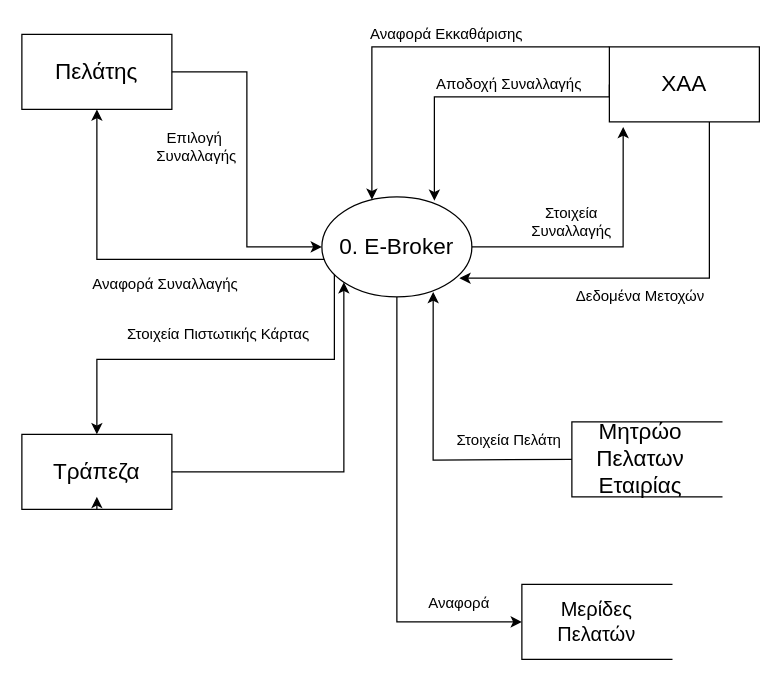
This is Structured_Analysis/General_Diagram.drawio from WilhelmStein/Analysis-and-Design-of-Software, a draw.io file, before an edit. Source tidied: cells renumbered, new cells numbered last; positions are measured from the earlier drawing's top-left corner, leaving out a move shared by most shapes. Both pictures are drawn from the tidied source at 125%, with x=0, y=0 at pixel (21, 21).
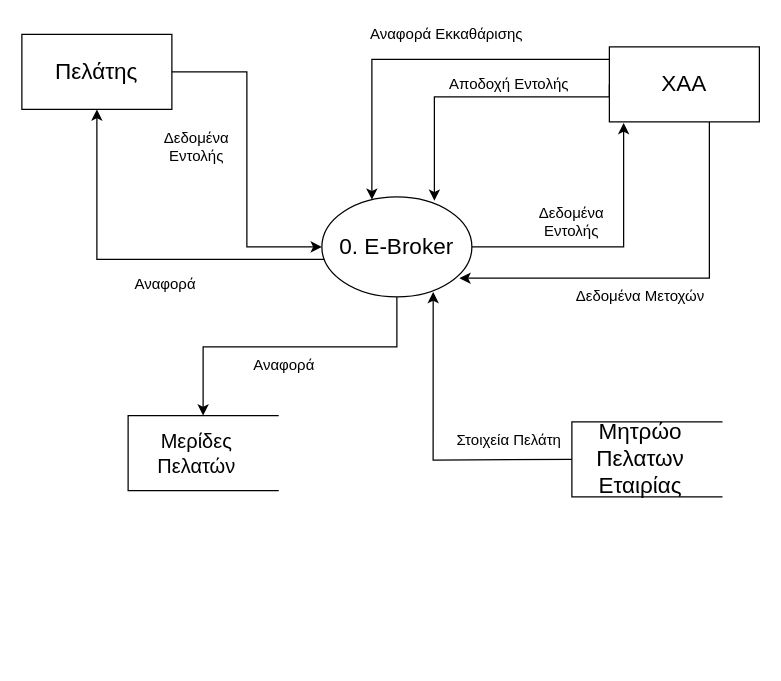
After the change.

The change refers to these unchanged cells:
```xml
<mxCell id="7" style="rounded=0;whiteSpace=wrap;html=1;fillColor=none;" parent="1" vertex="1">
  <mxGeometry x="470" y="20" width="120" height="60" as="geometry" />
</mxCell>
<mxCell id="12" style="ellipse;whiteSpace=wrap;html=1;fillColor=none;" parent="1" vertex="1">
  <mxGeometry x="240" y="140" width="120" height="80" as="geometry" />
</mxCell>
```

Diff of the diagram source:
```diff
@@
     <mxCell id="5" style="edgeStyle=orthogonalEdgeStyle;rounded=0;jettySize=auto;html=1;" parent="1" edge="1" source="7" target="12">
       <mxGeometry relative="1" as="geometry">
         <Array as="points">
-          <mxPoint x="280" y="20" />
+          <mxPoint x="280" y="30" />
         </Array>
       </mxGeometry>
     </mxCell>
@@
-    <mxCell id="8" style="edgeStyle=orthogonalEdgeStyle;rounded=0;jettySize=auto;html=1;entryX=0.092;entryY=1.067;entryDx=0;entryDy=0;entryPerimeter=0;" parent="1" edge="1" source="12" target="7">
+    <mxCell id="8" style="edgeStyle=orthogonalEdgeStyle;rounded=0;jettySize=auto;html=1;entryX=0.095;entryY=1.015;entryDx=0;entryDy=0;entryPerimeter=0;" parent="1" edge="1" source="12" target="7">
       <mxGeometry relative="1" as="geometry" />
     </mxCell>
@@
-    <mxCell id="10" style="edgeStyle=orthogonalEdgeStyle;rounded=0;jettySize=auto;html=1;entryX=0.5;entryY=1;entryDx=0;entryDy=0;" parent="1" edge="1" source="12" target="14">
+    <mxCell id="10" style="edgeStyle=orthogonalEdgeStyle;rounded=0;jettySize=auto;html=1;entryX=0;entryY=0.5;entryDx=0;entryDy=0;" parent="1" edge="1" source="12" target="14">
       <mxGeometry relative="1" as="geometry">
         <Array as="points">
-          <mxPoint x="300" y="480" />
+          <mxPoint x="300" y="260" />
+          <mxPoint x="145" y="260" />
         </Array>
       </mxGeometry>
     </mxCell>
-    <mxCell id="11" style="edgeStyle=orthogonalEdgeStyle;rounded=0;jettySize=auto;html=1;entryX=0.5;entryY=0;entryDx=0;entryDy=0;" parent="1" edge="1" source="12" target="32">
-      <mxGeometry relative="1" as="geometry">
-        <Array as="points">
-          <mxPoint x="250" y="270" />
-          <mxPoint x="60" y="270" />
-        </Array>
-      </mxGeometry>
-    </mxCell>
@@
     <mxCell id="14" style="shape=partialRectangle;whiteSpace=wrap;html=1;bottom=1;right=1;left=1;top=0;fillColor=none;routingCenterX=-0.5;rotation=90;" parent="1" vertex="1">
-      <mxGeometry x="430" y="420" width="60" height="120" as="geometry" />
+      <mxGeometry x="115" y="285" width="60" height="120" as="geometry" />
     </mxCell>
@@
     <mxCell id="18" value="&lt;font size=&quot;3&quot;&gt;Μερίδες Πελατών&lt;/font&gt;" style="text;html=1;strokeColor=none;fillColor=none;align=center;verticalAlign=middle;whiteSpace=wrap;rounded=0;" parent="1" vertex="1">
-      <mxGeometry x="410" y="455" width="100" height="50" as="geometry" />
+      <mxGeometry x="90" y="320" width="100" height="50" as="geometry" />
     </mxCell>
@@
-    <mxCell id="21" value="Επιλογή&amp;nbsp; Συναλλαγής" style="text;html=1;strokeColor=none;fillColor=none;align=center;verticalAlign=middle;whiteSpace=wrap;rounded=0;" parent="1" vertex="1">
+    <mxCell id="21" value="Δεδομένα Εντολής" style="text;html=1;strokeColor=none;fillColor=none;align=center;verticalAlign=middle;whiteSpace=wrap;rounded=0;" parent="1" vertex="1">
       <mxGeometry x="105" y="90" width="70" height="20" as="geometry" />
     </mxCell>
     <mxCell id="22" value="Αναφορά" style="text;html=1;strokeColor=none;fillColor=none;align=center;verticalAlign=middle;whiteSpace=wrap;rounded=0;" parent="1" vertex="1">
-      <mxGeometry x="320" y="455" width="60" height="20" as="geometry" />
+      <mxGeometry x="180" y="265" width="60" height="20" as="geometry" />
     </mxCell>
@@
-    <mxCell id="24" value="Αναφορά Συναλλαγής" style="text;html=1;strokeColor=none;fillColor=none;align=center;verticalAlign=middle;whiteSpace=wrap;rounded=0;" parent="1" vertex="1">
+    <mxCell id="24" value="Αναφορά" style="text;html=1;strokeColor=none;fillColor=none;align=center;verticalAlign=middle;whiteSpace=wrap;rounded=0;" parent="1" vertex="1">
       <mxGeometry x="55" y="200" width="120" height="20" as="geometry" />
     </mxCell>
@@
-    <mxCell id="26" value="Αποδοχή Συναλλαγής" style="text;html=1;strokeColor=none;fillColor=none;align=center;verticalAlign=middle;whiteSpace=wrap;rounded=0;" parent="1" vertex="1">
+    <mxCell id="26" value="Αποδοχή Εντολής" style="text;html=1;strokeColor=none;fillColor=none;align=center;verticalAlign=middle;whiteSpace=wrap;rounded=0;" parent="1" vertex="1">
       <mxGeometry x="330" y="40" width="120" height="20" as="geometry" />
     </mxCell>
-    <mxCell id="27" value="Στοιχεία Συναλλαγής" style="text;html=1;strokeColor=none;fillColor=none;align=center;verticalAlign=middle;whiteSpace=wrap;rounded=0;" parent="1" vertex="1">
+    <mxCell id="27" value="Δεδομένα Εντολής" style="text;html=1;strokeColor=none;fillColor=none;align=center;verticalAlign=middle;whiteSpace=wrap;rounded=0;" parent="1" vertex="1">
       <mxGeometry x="420" y="150" width="40" height="20" as="geometry" />
     </mxCell>
@@
-    <mxCell id="29" style="rounded=0;whiteSpace=wrap;html=1;fillColor=none;" parent="1" vertex="1">
-      <mxGeometry y="330" width="120" height="60" as="geometry" />
-    </mxCell>
-    <mxCell id="30" style="edgeStyle=orthogonalEdgeStyle;rounded=0;orthogonalLoop=1;jettySize=auto;html=1;exitX=0.5;exitY=1;exitDx=0;exitDy=0;entryX=0.5;entryY=0.833;entryDx=0;entryDy=0;entryPerimeter=0;" parent="1" edge="1" source="29" target="29">
-      <mxGeometry relative="1" as="geometry" />
-    </mxCell>
-    <mxCell id="31" style="edgeStyle=orthogonalEdgeStyle;rounded=0;jettySize=auto;html=1;entryX=0;entryY=1;entryDx=0;entryDy=0;" parent="1" edge="1" source="32" target="12">
-      <mxGeometry relative="1" as="geometry">
-        <Array as="points">
-          <mxPoint x="258" y="360" />
-        </Array>
-      </mxGeometry>
-    </mxCell>
-    <mxCell id="32" value="&lt;font style=&quot;font-size: 18px&quot;&gt;Τράπεζα&lt;/font&gt;" style="text;html=1;strokeColor=none;fillColor=none;align=center;verticalAlign=middle;whiteSpace=wrap;rounded=0;" parent="1" vertex="1">
-      <mxGeometry y="330" width="120" height="60" as="geometry" />
-    </mxCell>
-    <mxCell id="33" value="Στοιχεία Πιστωτικής Κάρτας" style="text;html=1;strokeColor=none;fillColor=none;align=center;verticalAlign=middle;whiteSpace=wrap;rounded=0;" parent="1" vertex="1">
-      <mxGeometry x="80" y="240" width="155" height="20" as="geometry" />
-    </mxCell>
```
